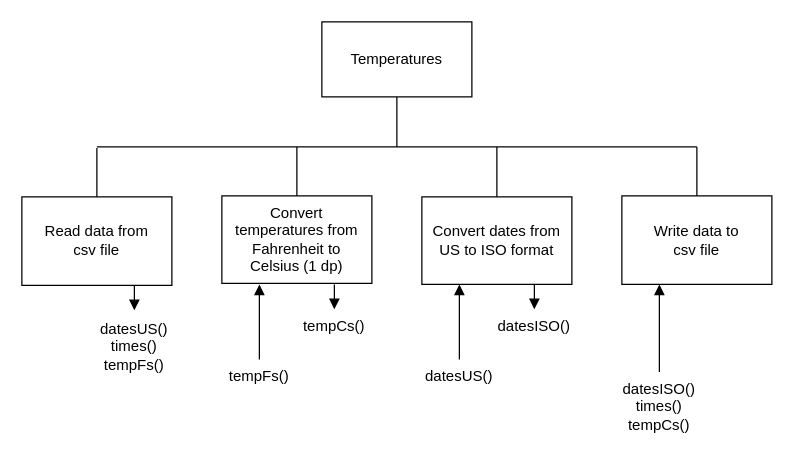
Above: page "sd" (1 of 3) of h-cs/sdd/H-SDD-Temperature/assets/H SDD Temperature.drawio in MrFriendCS/MrFriendCS.github.io (draw.io), before the change. Source tidied: cells renumbered, new cells numbered last; positions are measured from the earlier drawing's top-left corner, leaving out a move shared by most shapes. Both pictures are drawn from the tidied source at 125%, with x=0, y=0 at pixel (21, 21).
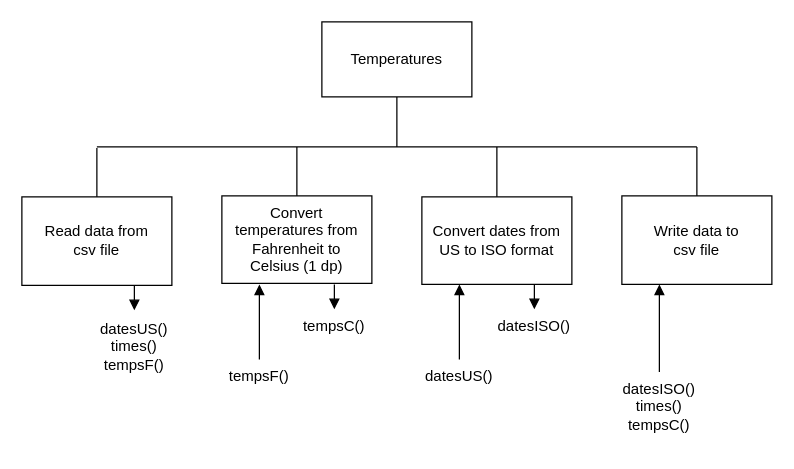
After the change.

Change to the diagram source:
```diff
@@
-    <mxCell id="7" value="datesUS()&lt;div&gt;times()&lt;/div&gt;&lt;div&gt;tempFs()&lt;/div&gt;" style="text;html=1;strokeColor=none;fillColor=none;align=center;verticalAlign=top;whiteSpace=wrap;rounded=0;" parent="1" vertex="1">
+    <mxCell id="7" value="datesUS()&lt;div&gt;times()&lt;/div&gt;&lt;div&gt;tempsF()&lt;/div&gt;" style="text;html=1;strokeColor=none;fillColor=none;align=center;verticalAlign=top;whiteSpace=wrap;rounded=0;" parent="1" vertex="1">
       <mxGeometry x="60" y="231.6" width="60" height="59.2" as="geometry" />
     </mxCell>
@@
-    <mxCell id="11" value="tempFs()" style="text;html=1;strokeColor=none;fillColor=none;align=center;verticalAlign=top;whiteSpace=wrap;rounded=0;fontColor=default;" parent="1" vertex="1">
+    <mxCell id="11" value="tempsF()" style="text;html=1;strokeColor=none;fillColor=none;align=center;verticalAlign=top;whiteSpace=wrap;rounded=0;fontColor=default;" parent="1" vertex="1">
       <mxGeometry x="160" y="270" width="60" height="30" as="geometry" />
     </mxCell>
@@
-    <mxCell id="17" value="tempCs()" style="text;html=1;strokeColor=none;fillColor=none;align=center;verticalAlign=top;whiteSpace=wrap;rounded=0;fontColor=default;" parent="1" vertex="1">
+    <mxCell id="17" value="tempsC()" style="text;html=1;strokeColor=none;fillColor=none;align=center;verticalAlign=top;whiteSpace=wrap;rounded=0;fontColor=default;" parent="1" vertex="1">
       <mxGeometry x="220" y="230" width="60" height="30" as="geometry" />
     </mxCell>
@@
-    <mxCell id="24" value="&lt;span style=&quot;background-color: rgb(255, 255, 255);&quot;&gt;datesISO()&lt;/span&gt;&lt;div&gt;times()&lt;/div&gt;&lt;div&gt;tempCs()&lt;/div&gt;" style="text;html=1;align=center;verticalAlign=top;whiteSpace=wrap;rounded=0;" parent="1" vertex="1">
+    <mxCell id="24" value="&lt;span style=&quot;background-color: rgb(255, 255, 255);&quot;&gt;datesISO()&lt;/span&gt;&lt;div&gt;times()&lt;/div&gt;&lt;div&gt;tempsC()&lt;/div&gt;" style="text;html=1;align=center;verticalAlign=top;whiteSpace=wrap;rounded=0;" parent="1" vertex="1">
       <mxGeometry x="480" y="280" width="60" height="60" as="geometry" />
     </mxCell>
```
